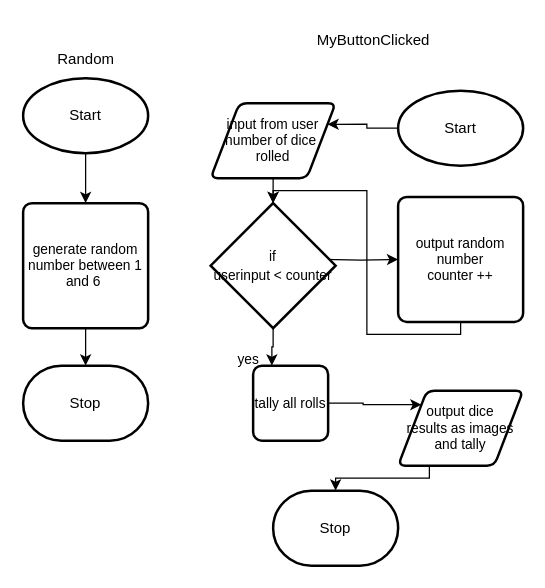
The draw.io diagram design/flowchart.drawio in MTHS-ICS2O-2-2022/ICS2O-Final-Project-Group13, before the edit. Source tidied: cells renumbered, new cells numbered last; positions are measured from the earlier drawing's top-left corner, leaving out a move shared by most shapes. Both pictures are drawn from the tidied source at 125%, with x=0, y=0 at pixel (22, 21).
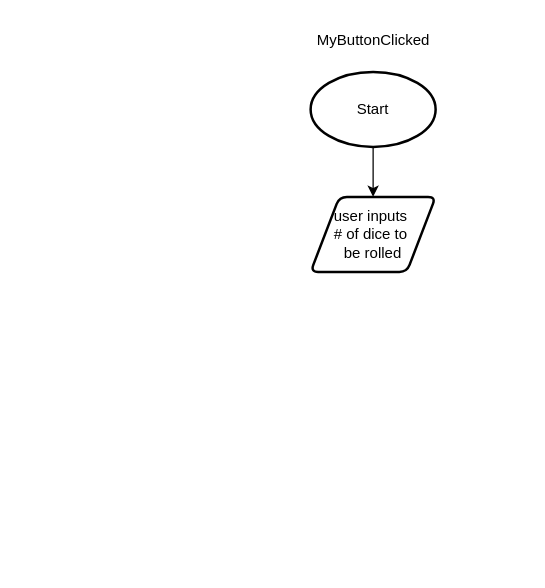
Above is the later version.

What changed in the source:
```diff
@@
-    <mxCell id="2" style="edgeStyle=orthogonalEdgeStyle;shape=connector;rounded=0;html=1;exitX=0;exitY=0.5;exitDx=0;exitDy=0;exitPerimeter=0;entryX=1;entryY=0.25;entryDx=0;entryDy=0;labelBackgroundColor=default;strokeColor=default;fontFamily=Helvetica;fontSize=11;fontColor=default;endArrow=classic;" parent="1" edge="1" source="3" target="6">
-      <mxGeometry relative="1" as="geometry" />
-    </mxCell>
-    <mxCell id="3" value="Start" style="strokeWidth=2;html=1;shape=mxgraph.flowchart.start_1;whiteSpace=wrap;" parent="1" vertex="1">
-      <mxGeometry x="300" y="55" width="100" height="60" as="geometry" />
-    </mxCell>
-    <mxCell id="4" value="Stop" style="strokeWidth=2;html=1;shape=mxgraph.flowchart.terminator;whiteSpace=wrap;" parent="1" vertex="1">
-      <mxGeometry x="200" y="375" width="100" height="60" as="geometry" />
-    </mxCell>
-    <mxCell id="5" style="edgeStyle=none;html=1;exitX=0.5;exitY=1;exitDx=0;exitDy=0;entryX=0.5;entryY=0;entryDx=0;entryDy=0;entryPerimeter=0;" parent="1" edge="1" source="6" target="23">
-      <mxGeometry relative="1" as="geometry" />
-    </mxCell>
-    <mxCell id="6" value="input from user&lt;br&gt;number of dice&amp;nbsp;&lt;br&gt;rolled" style="shape=parallelogram;html=1;strokeWidth=2;perimeter=parallelogramPerimeter;whiteSpace=wrap;rounded=1;arcSize=12;size=0.23;fontFamily=Helvetica;fontSize=11;fontColor=default;" parent="1" vertex="1">
-      <mxGeometry x="150" y="65" width="100" height="60" as="geometry" />
-    </mxCell>
-    <mxCell id="7" style="edgeStyle=orthogonalEdgeStyle;shape=connector;rounded=0;html=1;exitX=1;exitY=0.5;exitDx=0;exitDy=0;entryX=0;entryY=0.5;entryDx=0;entryDy=0;labelBackgroundColor=default;strokeColor=default;fontFamily=Helvetica;fontSize=11;fontColor=default;endArrow=classic;" parent="1" edge="1" target="9">
-      <mxGeometry relative="1" as="geometry">
-        <mxPoint x="240" y="190" as="sourcePoint" />
-      </mxGeometry>
-    </mxCell>
+    <mxCell id="21" value="MyButtonClicked" style="text;html=1;align=center;verticalAlign=middle;strokeColor=none;fillColor=none;" parent="1" vertex="1">
+      <mxGeometry x="220" width="120" height="30" as="geometry" />
+    </mxCell>
+    <mxCell id="24" style="edgeStyle=orthogonalEdgeStyle;html=1;exitX=0.5;exitY=1;exitDx=0;exitDy=0;exitPerimeter=0;entryX=0.5;entryY=0;entryDx=0;entryDy=0;rounded=0;" parent="1" edge="1" source="8" target="25">
+      <mxGeometry relative="1" as="geometry" />
+    </mxCell>
-    <mxCell id="8" style="edgeStyle=orthogonalEdgeStyle;shape=connector;rounded=0;html=1;exitX=0.5;exitY=1;exitDx=0;exitDy=0;entryX=0.5;entryY=0;entryDx=0;entryDy=0;entryPerimeter=0;labelBackgroundColor=default;strokeColor=default;fontFamily=Helvetica;fontSize=11;fontColor=default;endArrow=classic;" parent="1" edge="1" source="9" target="23">
-      <mxGeometry relative="1" as="geometry" />
+    <mxCell id="8" value="Start" style="strokeWidth=2;html=1;shape=mxgraph.flowchart.start_1;whiteSpace=wrap;" parent="1" vertex="1">
+      <mxGeometry x="230" y="40" width="100" height="60" as="geometry" />
     </mxCell>
-    <mxCell id="9" value="output random number&lt;br&gt;counter ++" style="rounded=1;whiteSpace=wrap;html=1;absoluteArcSize=1;arcSize=14;strokeWidth=2;fontFamily=Helvetica;fontSize=11;fontColor=default;" parent="1" vertex="1">
-      <mxGeometry x="300" y="140" width="100" height="100" as="geometry" />
-    </mxCell>
-    <mxCell id="10" style="edgeStyle=orthogonalEdgeStyle;shape=connector;rounded=0;html=1;exitX=0.25;exitY=1;exitDx=0;exitDy=0;entryX=0.5;entryY=0;entryDx=0;entryDy=0;entryPerimeter=0;labelBackgroundColor=default;strokeColor=default;fontFamily=Helvetica;fontSize=11;fontColor=default;endArrow=classic;" parent="1" edge="1" source="11" target="4">
-      <mxGeometry relative="1" as="geometry" />
-    </mxCell>
-    <mxCell id="11" value="output dice &lt;br&gt;results as images and tally" style="shape=parallelogram;html=1;strokeWidth=2;perimeter=parallelogramPerimeter;whiteSpace=wrap;rounded=1;arcSize=12;size=0.23;fontFamily=Helvetica;fontSize=11;fontColor=default;" parent="1" vertex="1">
-      <mxGeometry x="300" y="295" width="100" height="60" as="geometry" />
-    </mxCell>
-    <mxCell id="12" style="edgeStyle=orthogonalEdgeStyle;shape=connector;rounded=0;html=1;exitX=1;exitY=0.5;exitDx=0;exitDy=0;entryX=0;entryY=0;entryDx=0;entryDy=0;labelBackgroundColor=default;strokeColor=default;fontFamily=Helvetica;fontSize=11;fontColor=default;endArrow=classic;" parent="1" edge="1" source="13" target="11">
-      <mxGeometry relative="1" as="geometry" />
-    </mxCell>
-    <mxCell id="13" value="tally all rolls" style="rounded=1;whiteSpace=wrap;html=1;absoluteArcSize=1;arcSize=14;strokeWidth=2;fontFamily=Helvetica;fontSize=11;fontColor=default;" parent="1" vertex="1">
-      <mxGeometry x="184" y="275" width="60" height="60" as="geometry" />
-    </mxCell>
-    <mxCell id="14" value="yes" style="text;html=1;align=center;verticalAlign=middle;strokeColor=none;fillColor=none;fontSize=11;fontFamily=Helvetica;fontColor=default;" parent="1" vertex="1">
-      <mxGeometry x="160" y="255" width="40" height="30" as="geometry" />
-    </mxCell>
-    <mxCell id="15" style="edgeStyle=none;html=1;exitX=0.5;exitY=1;exitDx=0;exitDy=0;entryX=0.5;entryY=0;entryDx=0;entryDy=0;entryPerimeter=0;" parent="1" edge="1" source="16" target="19">
-      <mxGeometry relative="1" as="geometry" />
-    </mxCell>
-    <mxCell id="16" value="generate random number between 1 and 6&amp;nbsp;" style="rounded=1;whiteSpace=wrap;html=1;absoluteArcSize=1;arcSize=14;strokeWidth=2;fontFamily=Helvetica;fontSize=11;fontColor=default;" parent="1" vertex="1">
-      <mxGeometry y="145" width="100" height="100" as="geometry" />
-    </mxCell>
-    <mxCell id="17" style="edgeStyle=none;html=1;exitX=0.5;exitY=1;exitDx=0;exitDy=0;exitPerimeter=0;entryX=0.5;entryY=0;entryDx=0;entryDy=0;" parent="1" edge="1" source="18" target="16">
-      <mxGeometry relative="1" as="geometry" />
-    </mxCell>
-    <mxCell id="18" value="Start" style="strokeWidth=2;html=1;shape=mxgraph.flowchart.start_1;whiteSpace=wrap;" parent="1" vertex="1">
-      <mxGeometry y="45" width="100" height="60" as="geometry" />
-    </mxCell>
-    <mxCell id="19" value="Stop" style="strokeWidth=2;html=1;shape=mxgraph.flowchart.terminator;whiteSpace=wrap;" parent="1" vertex="1">
-      <mxGeometry y="275" width="100" height="60" as="geometry" />
-    </mxCell>
-    <mxCell id="20" value="Random" style="text;html=1;align=center;verticalAlign=middle;strokeColor=none;fillColor=none;" parent="1" vertex="1">
-      <mxGeometry x="15" y="15" width="70" height="30" as="geometry" />
-    </mxCell>
-    <mxCell id="21" value="MyButtonClicked" style="text;html=1;align=center;verticalAlign=middle;strokeColor=none;fillColor=none;" parent="1" vertex="1">
-      <mxGeometry x="220" width="120" height="30" as="geometry" />
-    </mxCell>
-    <mxCell id="22" style="edgeStyle=orthogonalEdgeStyle;shape=connector;rounded=0;html=1;exitX=0.5;exitY=1;exitDx=0;exitDy=0;exitPerimeter=0;entryX=0.25;entryY=0;entryDx=0;entryDy=0;labelBackgroundColor=default;strokeColor=default;fontFamily=Helvetica;fontSize=11;fontColor=default;endArrow=classic;" parent="1" edge="1" source="23" target="13">
-      <mxGeometry relative="1" as="geometry" />
-    </mxCell>
-    <mxCell id="23" value="&lt;span style=&quot;font-size: 11px;&quot;&gt;if &lt;br&gt;userinput &amp;lt; counter&lt;/span&gt;" style="strokeWidth=2;html=1;shape=mxgraph.flowchart.decision;whiteSpace=wrap;" parent="1" vertex="1">
-      <mxGeometry x="150" y="145" width="100" height="100" as="geometry" />
-    </mxCell>
+    <mxCell id="25" value="user inputs&amp;nbsp;&lt;br&gt;# of dice to&amp;nbsp;&lt;br&gt;be rolled" style="shape=parallelogram;html=1;strokeWidth=2;perimeter=parallelogramPerimeter;whiteSpace=wrap;rounded=1;arcSize=12;size=0.23;" parent="1" vertex="1">
+      <mxGeometry x="230" y="140" width="100" height="60" as="geometry" />
+    </mxCell>
```
